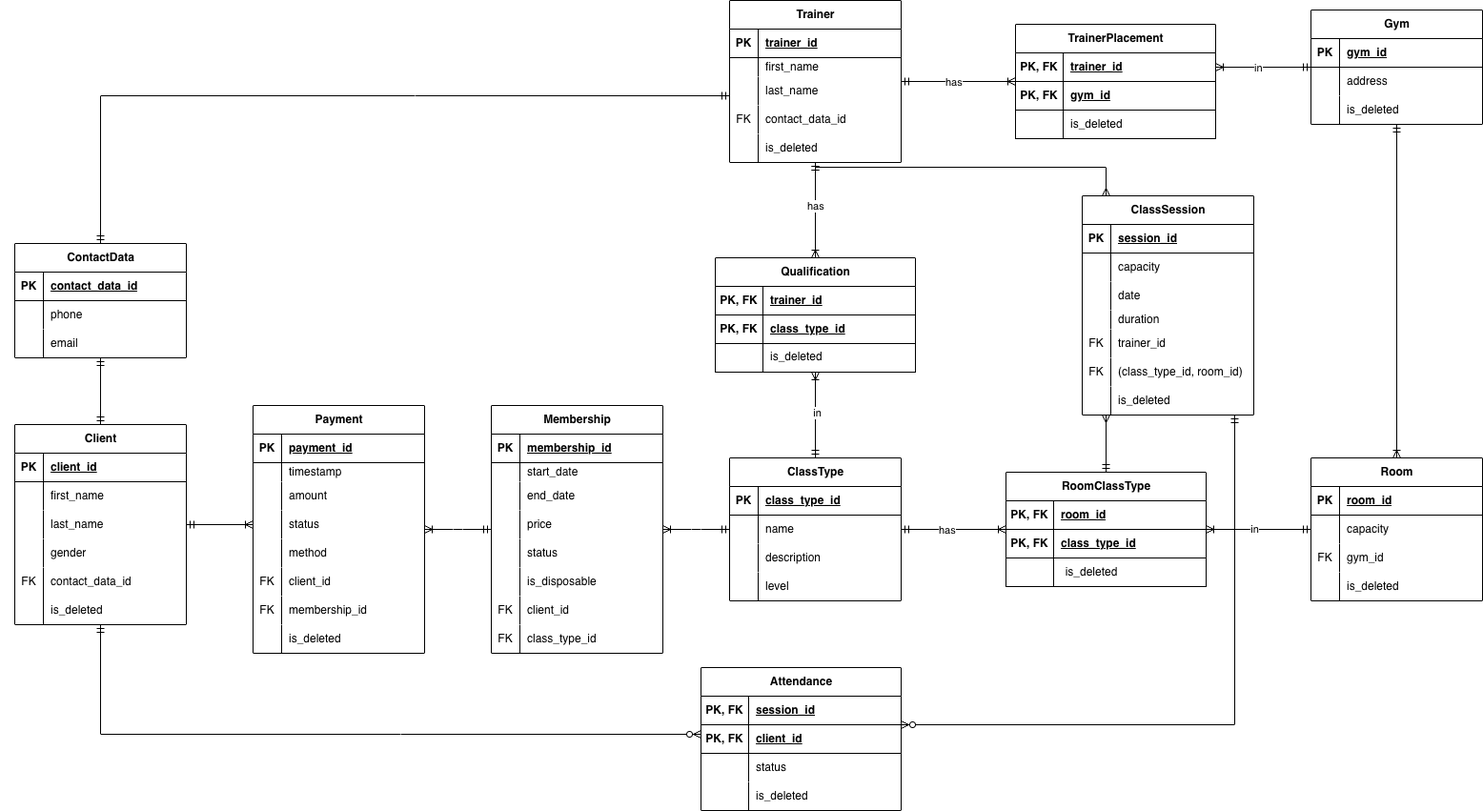
Above: diagrams/er/crows-foot/crowsfoot-diagram.drawio.png in AnnKuts/PeremohaSports (draw.io), before the change. Source tidied: cells renumbered, new cells last; positions are measured from the earlier drawing's top-left corner, leaving out a move shared by most shapes.
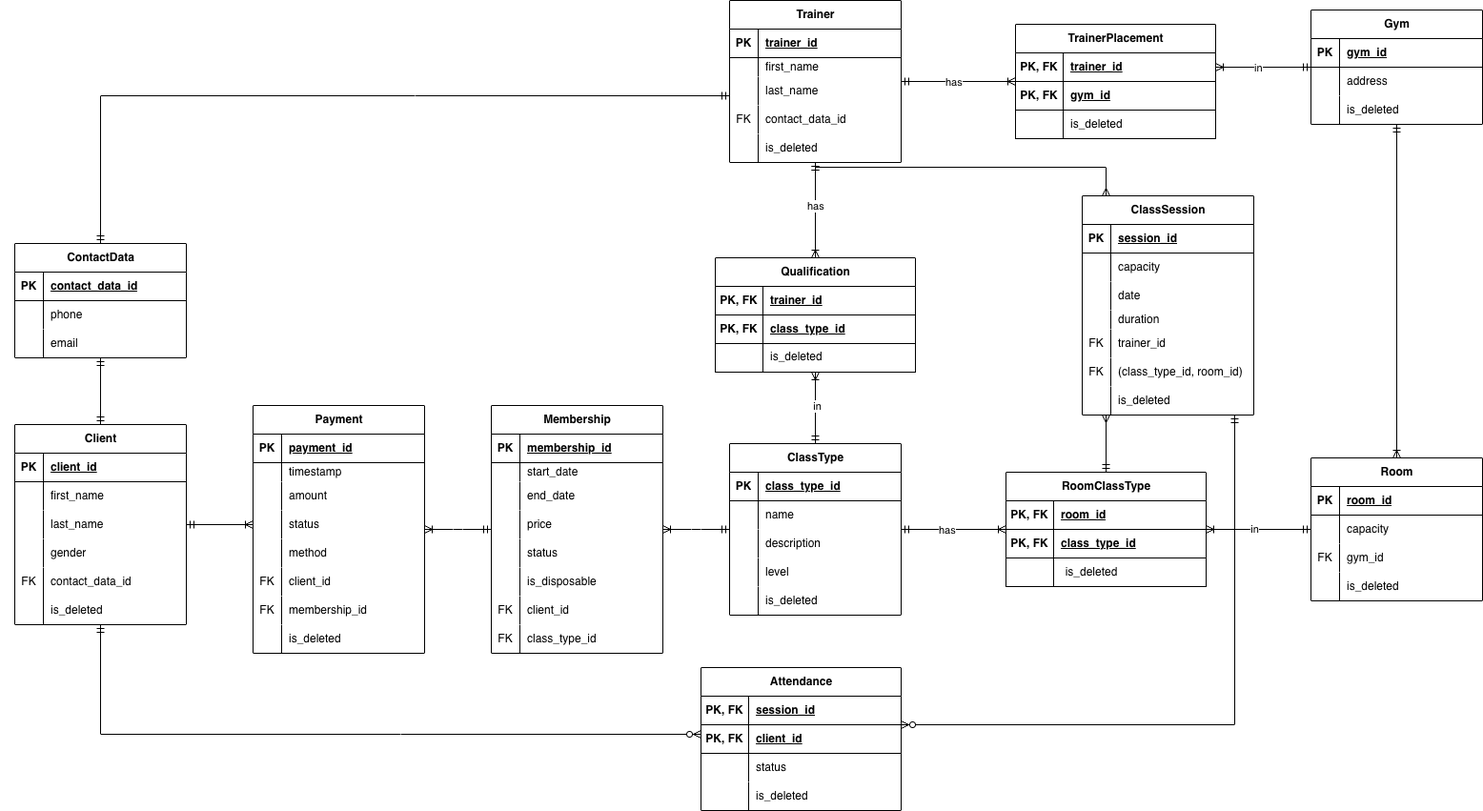
Later version of the same file.

Commit message:
chore: update attribute in erd

Diff of the diagram source:
```diff
@@ -207,7 +207,7 @@
       <mxGeometry relative="1" as="geometry" />
     </mxCell>
     <mxCell id="70" value="ClassType" style="shape=table;startSize=30;rowLines=0;fontStyle=1;align=center;html=1;" parent="1" vertex="1">
-      <mxGeometry x="765" y="480" width="180" height="150" as="geometry" />
+      <mxGeometry x="765" y="465" width="180" height="180" as="geometry" />
     </mxCell>
     <mxCell id="71" style="shape=tableRow;horizontal=0;startSize=0;swimlaneHead=0;swimlaneBody=0;fillColor=none;top=0;left=0;right=0;bottom=1;" parent="70" vertex="1">
       <mxGeometry y="30" width="180" height="30" as="geometry" />
@@ -245,6 +245,15 @@
     <mxCell id="82" value="level" style="shape=partialRectangle;fillColor=none;top=0;left=0;bottom=0;right=0;align=left;spacingLeft=6;overflow=hidden;whiteSpace=wrap;html=1;" parent="80" vertex="1">
       <mxGeometry x="30" width="150" height="30" as="geometry" />
     </mxCell>
+    <mxCell id="225" style="shape=tableRow;horizontal=0;startSize=0;swimlaneHead=0;swimlaneBody=0;fillColor=none;top=0;left=0;right=0;bottom=0;" parent="70" vertex="1">
+      <mxGeometry y="150" width="180" height="30" as="geometry" />
+    </mxCell>
+    <mxCell id="226" style="shape=partialRectangle;fillColor=none;top=0;left=0;bottom=0;right=0;overflow=hidden;whiteSpace=wrap;html=1;" parent="225" vertex="1">
+      <mxGeometry width="30" height="30" as="geometry" />
+    </mxCell>
+    <mxCell id="227" value="is_deleted" style="shape=partialRectangle;fillColor=none;top=0;left=0;bottom=0;right=0;align=left;spacingLeft=6;overflow=hidden;whiteSpace=wrap;html=1;" parent="225" vertex="1">
+      <mxGeometry x="30" width="150" height="30" as="geometry" />
+    </mxCell>
     <mxCell id="83" style="edgeStyle=entityRelationEdgeStyle;fontSize=12;html=1;endArrow=ERmandOne;startArrow=ERoneToMany;rounded=0;endFill=0;" parent="1" edge="1" source="44" target="70">
       <mxGeometry relative="1" as="geometry" />
     </mxCell>
```
